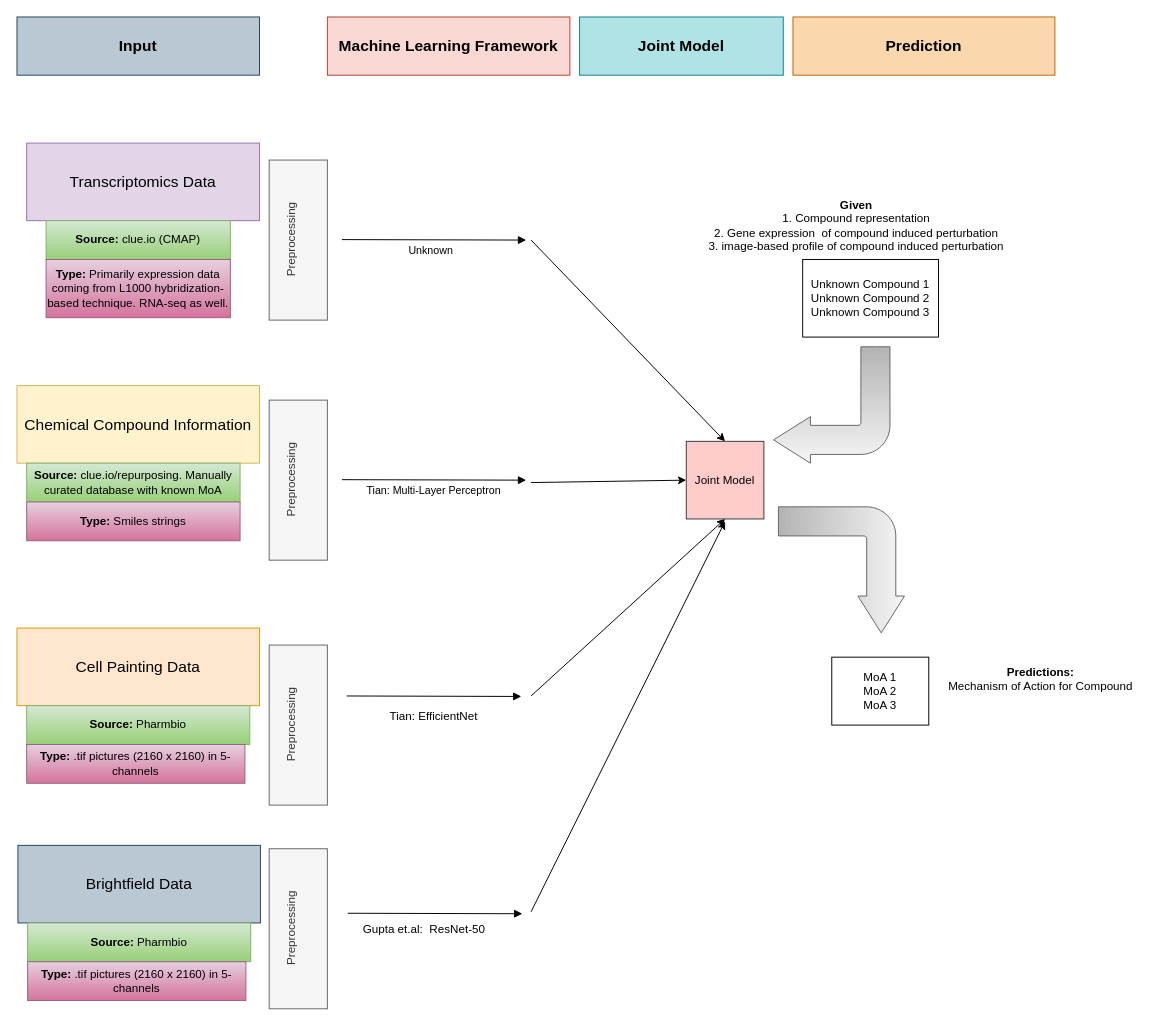
sverige16/m_thesis keeps this draw.io diagram as Untitled Diagram.drawio. Above is the earlier version. Source tidied: cells renumbered, new cells numbered last; positions are measured from the earlier drawing's top-left corner, leaving out a move shared by most shapes. Both pictures are drawn from the tidied source at 97%, with x=0, y=0 at pixel (16, 16).
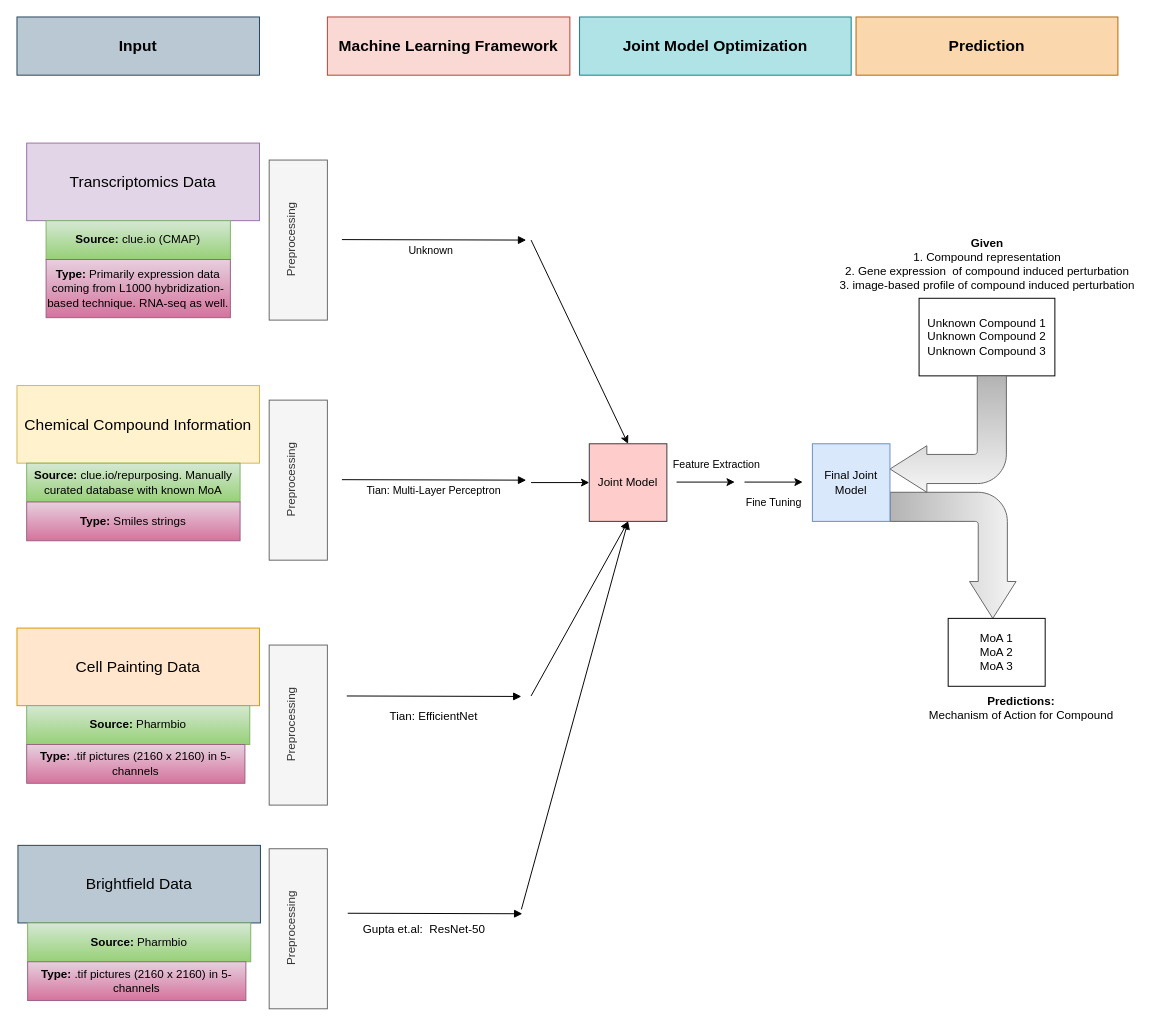
The same page after the edit.

Diff of the diagram source:
```diff
@@
     <mxCell id="13" value="&lt;b&gt;&lt;font style=&quot;font-size: 16px;&quot;&gt;Prediction&lt;/font&gt;&lt;/b&gt;" style="rounded=0;whiteSpace=wrap;html=1;fillColor=#fad7ac;strokeColor=#b46504;" parent="1" vertex="1">
-      <mxGeometry x="800" width="270" height="60" as="geometry" />
+      <mxGeometry x="865" width="270" height="60" as="geometry" />
     </mxCell>
@@
     <mxCell id="21" value="Joint Model" style="whiteSpace=wrap;html=1;fillColor=#ffcccc;strokeColor=#36393d;" parent="1" vertex="1">
-      <mxGeometry x="690" y="437.5" width="80" height="80" as="geometry" />
+      <mxGeometry x="590" y="440" width="80" height="80" as="geometry" />
     </mxCell>
@@
-    <mxCell id="24" value="&lt;b&gt;&lt;font style=&quot;font-size: 16px;&quot;&gt;Joint Model&lt;/font&gt;&lt;/b&gt;" style="rounded=0;whiteSpace=wrap;html=1;fillColor=#b0e3e6;strokeColor=#0e8088;" parent="1" vertex="1">
-      <mxGeometry x="580" width="210" height="60" as="geometry" />
+    <mxCell id="24" value="&lt;b&gt;&lt;font style=&quot;font-size: 16px;&quot;&gt;Joint Model Optimization&lt;/font&gt;&lt;/b&gt;" style="rounded=0;whiteSpace=wrap;html=1;fillColor=#b0e3e6;strokeColor=#0e8088;" parent="1" vertex="1">
+      <mxGeometry x="580" width="280" height="60" as="geometry" />
     </mxCell>
     <mxCell id="25" value="&lt;div&gt;Unknown Compound 1&lt;/div&gt;&lt;div&gt;Unknown Compound 2 Unknown Compound 3&lt;br&gt;&lt;/div&gt;" style="rounded=0;whiteSpace=wrap;html=1;" parent="1" vertex="1">
-      <mxGeometry x="810" y="250" width="140" height="80" as="geometry" />
+      <mxGeometry x="930" y="290" width="140" height="80" as="geometry" />
     </mxCell>
     <mxCell id="26" style="html=1;shadow=0;dashed=0;align=center;verticalAlign=middle;shape=mxgraph.arrows2.bendArrow;dy=15;dx=38;notch=0;arrowHead=48;rounded=1;fontSize=12;rotation=90;fillColor=#f5f5f5;strokeColor=#666666;gradientColor=#b3b3b3;" parent="1" vertex="1">
-      <mxGeometry x="785" y="505" width="130" height="130" as="geometry" />
+      <mxGeometry x="900" y="490" width="130" height="130" as="geometry" />
     </mxCell>
     <mxCell id="27" style="html=1;shadow=0;dashed=0;align=center;verticalAlign=middle;shape=mxgraph.arrows2.bendArrow;dy=15;dx=38;notch=0;arrowHead=48;rounded=1;fontSize=12;rotation=-180;fillColor=#f5f5f5;strokeColor=#666666;gradientColor=#b3b3b3;" parent="1" vertex="1">
-      <mxGeometry x="780" y="340" width="120" height="120" as="geometry" />
+      <mxGeometry x="900" y="370" width="120" height="120" as="geometry" />
     </mxCell>
     <mxCell id="28" value="&lt;div&gt;MoA 1&lt;/div&gt;&lt;div&gt;MoA 2&lt;/div&gt;&lt;div&gt;MoA 3&lt;br&gt;&lt;/div&gt;" style="rounded=0;whiteSpace=wrap;html=1;" parent="1" vertex="1">
-      <mxGeometry x="840" y="660" width="100" height="70" as="geometry" />
+      <mxGeometry x="960" y="620" width="100" height="70" as="geometry" />
     </mxCell>
     <mxCell id="29" value="&lt;div&gt;&lt;b&gt;Given&lt;/b&gt;&lt;/div&gt;&lt;div&gt;1. Compound representation&lt;/div&gt;&lt;div&gt;2. Gene expression&amp;nbsp; of compound induced perturbation&lt;/div&gt;&lt;div&gt;3. image-based profile of compound induced perturbation&lt;br&gt;&lt;/div&gt;" style="text;html=1;align=center;verticalAlign=middle;strokeColor=none;fillColor=none;fontSize=12;" parent="1" vertex="1">
-      <mxGeometry x="700" y="180" width="330" height="70" as="geometry" />
+      <mxGeometry x="835" y="220" width="330" height="70" as="geometry" />
     </mxCell>
     <mxCell id="30" value="&lt;div&gt;&lt;b&gt;Predictions:&lt;/b&gt;&lt;/div&gt;&lt;div&gt;Mechanism of Action for Compound&lt;/div&gt;&lt;div&gt;&lt;br&gt;&lt;/div&gt;" style="text;html=1;align=center;verticalAlign=middle;strokeColor=none;fillColor=none;fontSize=12;" parent="1" vertex="1">
-      <mxGeometry x="950" y="660" width="210" height="60" as="geometry" />
+      <mxGeometry x="930" y="690" width="210" height="60" as="geometry" />
     </mxCell>
@@
     <mxCell id="36" style="endArrow=classic;html=1;rounded=0;" parent="1" edge="1">
       <mxGeometry relative="1" as="geometry">
-        <mxPoint x="530" y="922.5" as="sourcePoint" />
-        <mxPoint x="730" y="520" as="targetPoint" />
+        <mxPoint x="520" y="920" as="sourcePoint" />
+        <mxPoint x="630" y="520" as="targetPoint" />
       </mxGeometry>
     </mxCell>
+    <mxCell id="37" style="endArrow=classic;html=1;rounded=0;entryX=0;entryY=0.5;entryDx=0;entryDy=0;" parent="1" edge="1">
+      <mxGeometry relative="1" as="geometry">
+        <mxPoint x="680" y="479.5" as="sourcePoint" />
+        <mxPoint x="740" y="479.5" as="targetPoint" />
+      </mxGeometry>
+    </mxCell>
+    <mxCell id="38" value="Feature Extraction" style="edgeLabel;html=1;align=center;verticalAlign=middle;" parent="37" vertex="1">
+      <mxGeometry x="-0.33" y="-1" relative="1" as="geometry">
+        <mxPoint x="20" y="-20" as="offset" />
+      </mxGeometry>
+    </mxCell>
+    <mxCell id="39" value="Fine Tuning" style="endArrow=classic;html=1;rounded=0;entryX=0;entryY=0.5;entryDx=0;entryDy=0;" parent="1" edge="1">
+      <mxGeometry y="-20" relative="1" as="geometry">
+        <mxPoint x="750" y="479.5" as="sourcePoint" />
+        <mxPoint x="810" y="479.5" as="targetPoint" />
+        <mxPoint y="1" as="offset" />
+      </mxGeometry>
+    </mxCell>
+    <mxCell id="40" value="Final Joint Model" style="whiteSpace=wrap;html=1;fillColor=#dae8fc;strokeColor=#6c8ebf;" parent="1" vertex="1">
+      <mxGeometry x="820" y="440" width="80" height="80" as="geometry" />
+    </mxCell>
```
